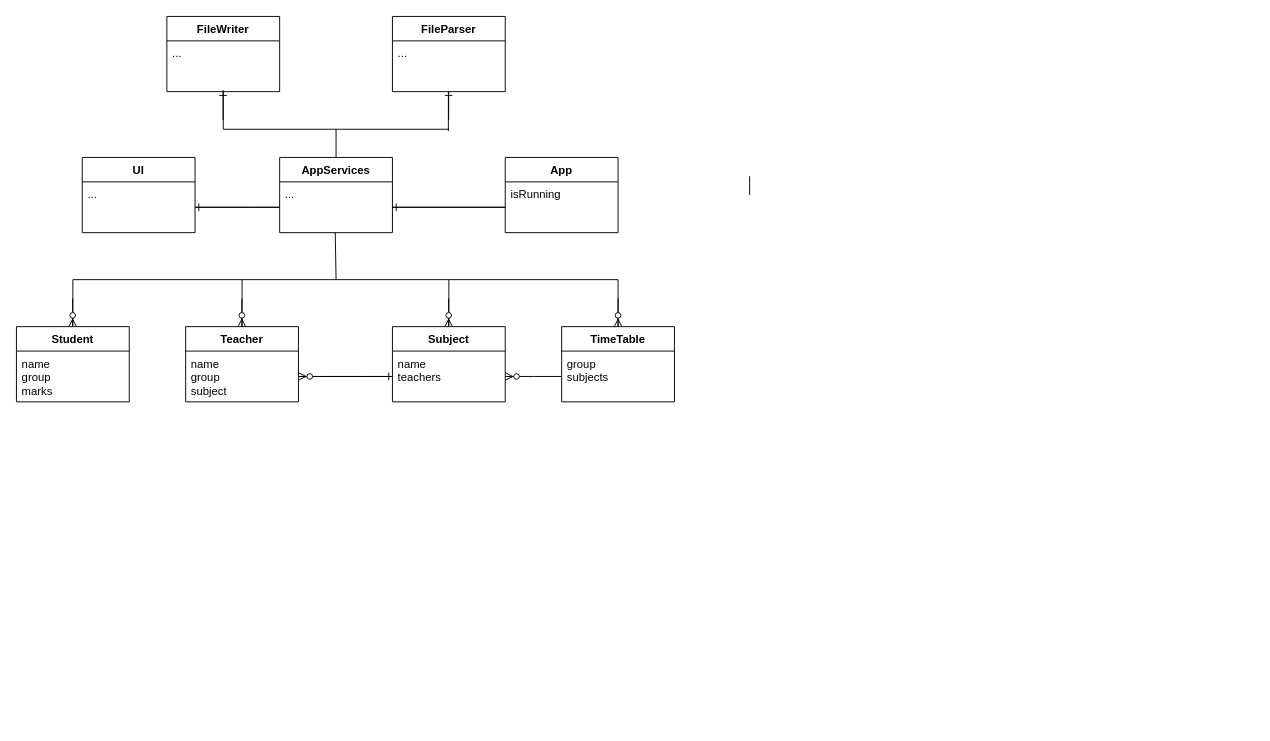
LebGes-classes/java-io-xJust-N keeps this draw.io diagram as page "иерархия" (1 of 5) of diagram/io.drawio. Above is the earlier version. Source tidied: cells renumbered, new cells numbered last; positions are measured from the earlier drawing's top-left corner, leaving out a move shared by most shapes. Both pictures are drawn from the tidied source at 94%, with x=0, y=0 at pixel (16, 16).
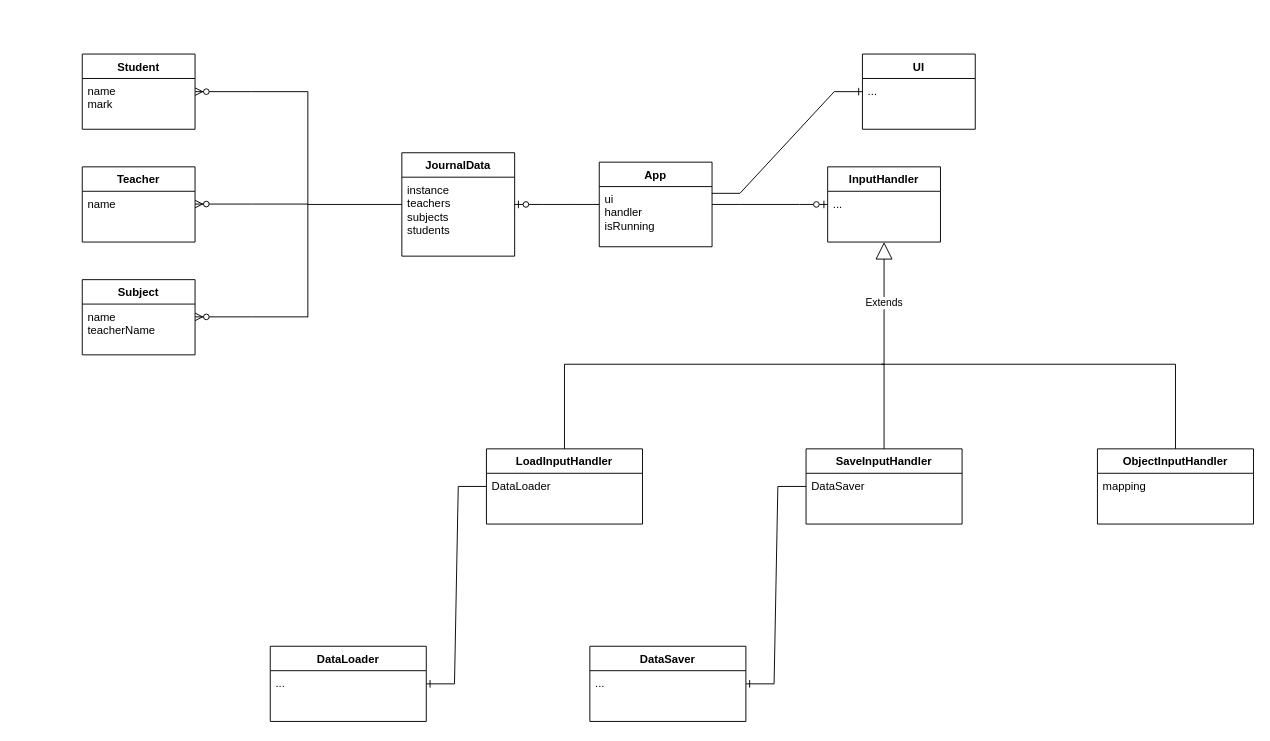
The same page after the edit.

The change refers to these unchanged cells:
```xml
<mxCell id="35" value="..." style="text;strokeColor=none;fillColor=none;align=left;verticalAlign=top;spacingLeft=4;spacingRight=4;overflow=hidden;points=[[0,0.5],[1,0.5]];portConstraint=eastwest;whiteSpace=wrap;html=1;" parent="34" vertex="1">
  <mxGeometry y="26" width="120" height="54" as="geometry" />
</mxCell>
```

What changed in the source:
```diff
@@
     <mxCell id="2" value="Student" style="swimlane;fontStyle=1;align=center;verticalAlign=top;horizontal=1;startSize=26;whiteSpace=wrap;html=1;" parent="1" vertex="1">
-      <mxGeometry y="330" width="120" height="80" as="geometry" />
+      <mxGeometry x="70" y="40" width="120" height="80" as="geometry" />
     </mxCell>
-    <mxCell id="3" value="&lt;div&gt;name&lt;/div&gt;&lt;div&gt;group&lt;/div&gt;&lt;div&gt;marks&lt;/div&gt;" style="text;strokeColor=none;fillColor=none;align=left;verticalAlign=top;spacingLeft=4;spacingRight=4;overflow=hidden;whiteSpace=wrap;html=1;" parent="2" vertex="1">
+    <mxCell id="3" value="&lt;div&gt;name&lt;/div&gt;&lt;div&gt;mark&lt;/div&gt;" style="text;strokeColor=none;fillColor=none;align=left;verticalAlign=top;spacingLeft=4;spacingRight=4;overflow=hidden;whiteSpace=wrap;html=1;" parent="2" vertex="1">
       <mxGeometry y="26" width="120" height="54" as="geometry" />
     </mxCell>
     <mxCell id="4" value="Teacher" style="swimlane;fontStyle=1;align=center;verticalAlign=top;horizontal=1;startSize=26;whiteSpace=wrap;html=1;" parent="1" vertex="1">
-      <mxGeometry x="180" y="330" width="120" height="80" as="geometry" />
+      <mxGeometry x="70" y="160" width="120" height="80" as="geometry" />
     </mxCell>
-    <mxCell id="5" value="&lt;div&gt;name&lt;/div&gt;&lt;div&gt;group&lt;/div&gt;&lt;div&gt;subject&lt;/div&gt;" style="text;strokeColor=none;fillColor=none;align=left;verticalAlign=top;spacingLeft=4;spacingRight=4;overflow=hidden;points=[[0,0.5],[1,0.5]];portConstraint=eastwest;whiteSpace=wrap;html=1;" parent="4" vertex="1">
+    <mxCell id="5" value="&lt;div&gt;name&lt;/div&gt;" style="text;strokeColor=none;fillColor=none;align=left;verticalAlign=top;spacingLeft=4;spacingRight=4;overflow=hidden;points=[[0,0.5],[1,0.5]];portConstraint=eastwest;whiteSpace=wrap;html=1;" parent="4" vertex="1">
       <mxGeometry y="26" width="120" height="54" as="geometry" />
     </mxCell>
     <mxCell id="6" value="Subject" style="swimlane;fontStyle=1;align=center;verticalAlign=top;horizontal=1;startSize=26;whiteSpace=wrap;html=1;" parent="1" vertex="1">
-      <mxGeometry x="400" y="330" width="120" height="80" as="geometry" />
+      <mxGeometry x="70" y="280" width="120" height="80" as="geometry" />
     </mxCell>
-    <mxCell id="7" value="name&lt;div&gt;teachers&lt;/div&gt;" style="text;strokeColor=none;fillColor=none;align=left;verticalAlign=top;spacingLeft=4;spacingRight=4;overflow=hidden;points=[[0,0.5],[1,0.5]];portConstraint=eastwest;whiteSpace=wrap;html=1;" parent="6" vertex="1">
+    <mxCell id="7" value="name&lt;div&gt;teacherName&lt;/div&gt;" style="text;strokeColor=none;fillColor=none;align=left;verticalAlign=top;spacingLeft=4;spacingRight=4;overflow=hidden;points=[[0,0.5],[1,0.5]];portConstraint=eastwest;whiteSpace=wrap;html=1;" parent="6" vertex="1">
       <mxGeometry y="26" width="120" height="54" as="geometry" />
     </mxCell>
-    <mxCell id="8" value="FileParser" style="swimlane;fontStyle=1;align=center;verticalAlign=top;horizontal=1;startSize=26;whiteSpace=wrap;html=1;" parent="1" vertex="1">
-      <mxGeometry x="400" width="120" height="80" as="geometry" />
-    </mxCell>
-    <mxCell id="9" value="..." style="text;strokeColor=none;fillColor=none;align=left;verticalAlign=top;spacingLeft=4;spacingRight=4;overflow=hidden;whiteSpace=wrap;html=1;" parent="8" vertex="1">
-      <mxGeometry y="26" width="120" height="54" as="geometry" />
-    </mxCell>
-    <mxCell id="10" value="AppServices" style="swimlane;fontStyle=1;align=center;verticalAlign=top;horizontal=1;startSize=26;whiteSpace=wrap;html=1;" parent="1" vertex="1">
-      <mxGeometry x="280" y="150" width="120" height="80" as="geometry" />
-    </mxCell>
-    <mxCell id="11" value="&lt;div&gt;...&lt;/div&gt;" style="text;strokeColor=none;fillColor=none;align=left;verticalAlign=top;spacingLeft=4;spacingRight=4;overflow=hidden;points=[[0,0.5],[1,0.5]];portConstraint=eastwest;whiteSpace=wrap;html=1;" parent="10" vertex="1">
-      <mxGeometry y="26" width="120" height="54" as="geometry" />
-    </mxCell>
-    <mxCell id="12" value="App" style="swimlane;fontStyle=1;align=center;verticalAlign=top;horizontal=1;startSize=26;whiteSpace=wrap;html=1;" parent="1" vertex="1">
-      <mxGeometry x="520" y="150" width="120" height="80" as="geometry" />
-    </mxCell>
-    <mxCell id="13" value="isRunning" style="text;strokeColor=none;fillColor=none;align=left;verticalAlign=top;spacingLeft=4;spacingRight=4;overflow=hidden;points=[[0,0.5],[1,0.5]];portConstraint=eastwest;whiteSpace=wrap;html=1;" parent="12" vertex="1">
-      <mxGeometry y="26" width="120" height="54" as="geometry" />
-    </mxCell>
-    <mxCell id="14" style="endArrow=none;html=1;rounded=0;exitX=0;exitY=0.5;exitDx=0;exitDy=0;entryX=1;entryY=0.5;entryDx=0;entryDy=0;" parent="1" edge="1" source="13" target="11">
-      <mxGeometry relative="1" as="geometry" />
-    </mxCell>
-    <mxCell id="15" style="edgeStyle=entityRelationEdgeStyle;fontSize=12;html=1;endArrow=ERone;endFill=1;rounded=0;entryX=0;entryY=0.5;entryDx=0;entryDy=0;exitX=1;exitY=0.5;exitDx=0;exitDy=0;" parent="1" edge="1" source="5" target="7">
-      <mxGeometry relative="1" as="geometry">
-        <Array as="points">
-          <mxPoint x="360" y="360" />
-        </Array>
-      </mxGeometry>
-    </mxCell>
-    <mxCell id="16" value="TimeTable" style="swimlane;fontStyle=1;align=center;verticalAlign=top;horizontal=1;startSize=26;whiteSpace=wrap;html=1;" parent="1" vertex="1">
-      <mxGeometry x="580" y="330" width="120" height="80" as="geometry" />
-    </mxCell>
-    <mxCell id="17" value="&lt;div&gt;group&lt;/div&gt;&lt;div&gt;subjects&lt;/div&gt;" style="text;strokeColor=none;fillColor=none;align=left;verticalAlign=top;spacingLeft=4;spacingRight=4;overflow=hidden;points=[[0,0.5],[1,0.5]];portConstraint=eastwest;whiteSpace=wrap;html=1;" parent="16" vertex="1">
-      <mxGeometry y="26" width="120" height="54" as="geometry" />
-    </mxCell>
-    <mxCell id="18" style="edgeStyle=entityRelationEdgeStyle;fontSize=12;html=1;endArrow=ERzeroToMany;endFill=1;rounded=0;entryX=1;entryY=0.5;entryDx=0;entryDy=0;exitX=0;exitY=0.5;exitDx=0;exitDy=0;" parent="1" edge="1" source="17" target="7">
-      <mxGeometry relative="1" as="geometry" />
-    </mxCell>
-    <mxCell id="19" style="endArrow=none;html=1;rounded=0;entryX=0.493;entryY=1.001;entryDx=0;entryDy=0;entryPerimeter=0;" parent="1" edge="1" target="11">
-      <mxGeometry relative="1" as="geometry">
-        <mxPoint x="340" y="280" as="sourcePoint" />
-      </mxGeometry>
-    </mxCell>
-    <mxCell id="20" style="endArrow=none;html=1;rounded=0;exitX=0.5;exitY=0;exitDx=0;exitDy=0;" parent="1" edge="1">
-      <mxGeometry relative="1" as="geometry">
-        <mxPoint x="60" y="330" as="sourcePoint" />
-        <mxPoint x="60" y="280" as="targetPoint" />
-      </mxGeometry>
-    </mxCell>
-    <mxCell id="21" style="endArrow=none;html=1;rounded=0;exitX=0.5;exitY=0;exitDx=0;exitDy=0;" parent="1" edge="1" source="6">
-      <mxGeometry relative="1" as="geometry">
-        <mxPoint x="460" y="280" as="targetPoint" />
-      </mxGeometry>
-    </mxCell>
-    <mxCell id="22" style="endArrow=none;html=1;rounded=0;exitX=0.5;exitY=0;exitDx=0;exitDy=0;" parent="1" edge="1" source="16">
-      <mxGeometry relative="1" as="geometry">
-        <mxPoint x="640" y="280" as="targetPoint" />
-      </mxGeometry>
-    </mxCell>
-    <mxCell id="23" value="FileWriter" style="swimlane;fontStyle=1;align=center;verticalAlign=top;horizontal=1;startSize=26;whiteSpace=wrap;html=1;" parent="1" vertex="1">
-      <mxGeometry x="160" width="120" height="80" as="geometry" />
-    </mxCell>
-    <mxCell id="24" value="..." style="text;strokeColor=none;fillColor=none;align=left;verticalAlign=top;spacingLeft=4;spacingRight=4;overflow=hidden;points=[[0,0.5],[1,0.5]];portConstraint=eastwest;whiteSpace=wrap;html=1;" parent="23" vertex="1">
-      <mxGeometry y="26" width="120" height="54" as="geometry" />
-    </mxCell>
-    <mxCell id="25" style="endArrow=none;html=1;rounded=0;entryX=0.5;entryY=0.972;entryDx=0;entryDy=0;entryPerimeter=0;" parent="1" edge="1" target="24">
-      <mxGeometry relative="1" as="geometry">
-        <mxPoint x="220" y="120" as="sourcePoint" />
-      </mxGeometry>
-    </mxCell>
-    <mxCell id="26" style="endArrow=none;html=1;rounded=0;entryX=0.5;entryY=0.972;entryDx=0;entryDy=0;entryPerimeter=0;" parent="1" edge="1">
-      <mxGeometry relative="1" as="geometry">
-        <mxPoint x="459.5" y="122" as="sourcePoint" />
-        <mxPoint x="459.5" y="80" as="targetPoint" />
-      </mxGeometry>
-    </mxCell>
-    <mxCell id="27" style="endArrow=none;html=1;rounded=0;" parent="1" edge="1">
-      <mxGeometry relative="1" as="geometry">
-        <mxPoint x="460" y="120" as="sourcePoint" />
-        <mxPoint x="220" y="120" as="targetPoint" />
-      </mxGeometry>
-    </mxCell>
-    <mxCell id="28" style="endArrow=none;html=1;rounded=0;entryX=0.5;entryY=0;entryDx=0;entryDy=0;" parent="1" edge="1" target="10">
-      <mxGeometry relative="1" as="geometry">
-        <mxPoint x="340" y="120" as="sourcePoint" />
-      </mxGeometry>
-    </mxCell>
-    <mxCell id="29" style="endArrow=none;html=1;rounded=0;" parent="1" edge="1">
-      <mxGeometry relative="1" as="geometry">
-        <mxPoint x="640" y="280" as="sourcePoint" />
-        <mxPoint x="60" y="280" as="targetPoint" />
-      </mxGeometry>
-    </mxCell>
-    <mxCell id="30" style="endArrow=none;html=1;rounded=0;entryX=0.5;entryY=0;entryDx=0;entryDy=0;" parent="1" edge="1" target="4">
-      <mxGeometry relative="1" as="geometry">
-        <mxPoint x="240" y="280" as="sourcePoint" />
-      </mxGeometry>
-    </mxCell>
-    <mxCell id="31" style="endArrow=none;html=1;rounded=0;" parent="1" edge="1">
-      <mxGeometry relative="1" as="geometry">
-        <mxPoint x="780" y="190" as="sourcePoint" />
-        <mxPoint x="780" y="170" as="targetPoint" />
-      </mxGeometry>
-    </mxCell>
-    <mxCell id="32" style="edgeStyle=entityRelationEdgeStyle;fontSize=12;html=1;endArrow=ERone;endFill=1;rounded=0;entryX=1;entryY=0.5;entryDx=0;entryDy=0;exitX=0;exitY=0.5;exitDx=0;exitDy=0;" parent="1" edge="1" source="13" target="11">
-      <mxGeometry relative="1" as="geometry" />
-    </mxCell>
-    <mxCell id="33" style="edgeStyle=entityRelationEdgeStyle;fontSize=12;html=1;endArrow=ERzeroToMany;endFill=1;rounded=0;entryX=1;entryY=0.5;entryDx=0;entryDy=0;exitX=0;exitY=0.5;exitDx=0;exitDy=0;" parent="1" edge="1" source="7" target="5">
-      <mxGeometry relative="1" as="geometry" />
-    </mxCell>
     <mxCell id="34" value="UI" style="swimlane;fontStyle=1;align=center;verticalAlign=top;horizontal=1;startSize=26;whiteSpace=wrap;html=1;" parent="1" vertex="1">
-      <mxGeometry x="70" y="150" width="120" height="80" as="geometry" />
+      <mxGeometry x="900" y="40" width="120" height="80" as="geometry" />
     </mxCell>
@@
-    <mxCell id="36" style="endArrow=none;html=1;rounded=0;exitX=1;exitY=0.5;exitDx=0;exitDy=0;entryX=0;entryY=0.5;entryDx=0;entryDy=0;" parent="1" edge="1" source="35" target="11">
-      <mxGeometry relative="1" as="geometry" />
-    </mxCell>
-    <mxCell id="37" style="edgeStyle=entityRelationEdgeStyle;fontSize=12;html=1;endArrow=ERone;endFill=1;rounded=0;entryX=1;entryY=0.5;entryDx=0;entryDy=0;exitX=0;exitY=0.5;exitDx=0;exitDy=0;" parent="1" edge="1" source="11" target="35">
-      <mxGeometry relative="1" as="geometry" />
-    </mxCell>
-    <mxCell id="38" style="edgeStyle=orthogonalEdgeStyle;fontSize=12;html=1;endArrow=ERzeroToMany;endFill=1;rounded=0;elbow=vertical;" parent="1" edge="1">
-      <mxGeometry relative="1" as="geometry">
-        <mxPoint x="239.8" y="300" as="sourcePoint" />
-        <mxPoint x="239.8" y="330" as="targetPoint" />
-      </mxGeometry>
-    </mxCell>
-    <mxCell id="39" style="edgeStyle=orthogonalEdgeStyle;fontSize=12;html=1;endArrow=ERzeroToMany;endFill=1;rounded=0;elbow=vertical;" parent="1" edge="1">
-      <mxGeometry relative="1" as="geometry">
-        <mxPoint x="459.8" y="300" as="sourcePoint" />
-        <mxPoint x="459.8" y="330" as="targetPoint" />
-      </mxGeometry>
-    </mxCell>
-    <mxCell id="40" style="edgeStyle=orthogonalEdgeStyle;fontSize=12;html=1;endArrow=ERzeroToMany;endFill=1;rounded=0;elbow=vertical;" parent="1" edge="1">
-      <mxGeometry relative="1" as="geometry">
-        <mxPoint x="640" y="300" as="sourcePoint" />
-        <mxPoint x="640" y="330" as="targetPoint" />
-      </mxGeometry>
-    </mxCell>
-    <mxCell id="41" style="edgeStyle=orthogonalEdgeStyle;fontSize=12;html=1;endArrow=ERzeroToMany;endFill=1;rounded=0;elbow=vertical;" parent="1" edge="1">
-      <mxGeometry relative="1" as="geometry">
-        <mxPoint x="59.8" y="300" as="sourcePoint" />
-        <mxPoint x="59.8" y="330" as="targetPoint" />
-      </mxGeometry>
-    </mxCell>
-    <mxCell id="42" style="edgeStyle=elbowEdgeStyle;fontSize=12;html=1;endArrow=ERone;endFill=1;rounded=0;elbow=vertical;" parent="1" edge="1">
-      <mxGeometry relative="1" as="geometry">
-        <mxPoint x="219.8" y="110" as="sourcePoint" />
-        <mxPoint x="219.8" y="80" as="targetPoint" />
-      </mxGeometry>
-    </mxCell>
-    <mxCell id="43" style="edgeStyle=elbowEdgeStyle;fontSize=12;html=1;endArrow=ERone;endFill=1;rounded=0;elbow=vertical;" parent="1" edge="1">
-      <mxGeometry relative="1" as="geometry">
-        <mxPoint x="459.8" y="110" as="sourcePoint" />
-        <mxPoint x="459.8" y="80" as="targetPoint" />
-      </mxGeometry>
-    </mxCell>
+    <mxCell id="44" value="JournalData" style="swimlane;fontStyle=1;align=center;verticalAlign=top;horizontal=1;startSize=26;whiteSpace=wrap;html=1;" parent="1" vertex="1">
+      <mxGeometry x="410" y="145" width="120" height="110" as="geometry" />
+    </mxCell>
+    <mxCell id="45" value="&lt;div&gt;instance&lt;/div&gt;teachers&lt;div&gt;subjects&lt;/div&gt;&lt;div&gt;students&lt;/div&gt;" style="text;strokeColor=none;fillColor=none;align=left;verticalAlign=top;spacingLeft=4;spacingRight=4;overflow=hidden;whiteSpace=wrap;html=1;" parent="44" vertex="1">
+      <mxGeometry y="26" width="120" height="84" as="geometry" />
+    </mxCell>
+    <mxCell id="46" style="edgeStyle=elbowEdgeStyle;fontSize=12;html=1;endArrow=ERzeroToMany;endFill=1;rounded=0;" parent="1" edge="1" target="2">
+      <mxGeometry relative="1" as="geometry">
+        <mxPoint x="310" y="80" as="sourcePoint" />
+      </mxGeometry>
+    </mxCell>
+    <mxCell id="47" style="edgeStyle=elbowEdgeStyle;fontSize=12;html=1;endArrow=ERzeroToMany;endFill=1;rounded=0;" parent="1" edge="1">
+      <mxGeometry relative="1" as="geometry">
+        <mxPoint x="310" y="199.6" as="sourcePoint" />
+        <mxPoint x="190" y="199.6" as="targetPoint" />
+      </mxGeometry>
+    </mxCell>
+    <mxCell id="48" style="edgeStyle=elbowEdgeStyle;fontSize=12;html=1;endArrow=ERzeroToMany;endFill=1;rounded=0;" parent="1" edge="1">
+      <mxGeometry relative="1" as="geometry">
+        <mxPoint x="310" y="319.6" as="sourcePoint" />
+        <mxPoint x="190" y="319.6" as="targetPoint" />
+      </mxGeometry>
+    </mxCell>
+    <mxCell id="49" style="endArrow=none;html=1;rounded=0;" parent="1" edge="1">
+      <mxGeometry relative="1" as="geometry">
+        <mxPoint x="310" y="320" as="sourcePoint" />
+        <mxPoint x="310" y="80" as="targetPoint" />
+      </mxGeometry>
+    </mxCell>
+    <mxCell id="50" style="endArrow=none;html=1;rounded=0;" parent="1" edge="1" target="44">
+      <mxGeometry relative="1" as="geometry">
+        <mxPoint x="310" y="200" as="sourcePoint" />
+      </mxGeometry>
+    </mxCell>
+    <mxCell id="12" value="App" style="swimlane;fontStyle=1;align=center;verticalAlign=top;horizontal=1;startSize=26;whiteSpace=wrap;html=1;" parent="1" vertex="1">
+      <mxGeometry x="620" y="155" width="120" height="90" as="geometry" />
+    </mxCell>
+    <mxCell id="51" value="ui&lt;div&gt;handler&lt;br&gt;&lt;div&gt;&lt;div&gt;isRunning&lt;/div&gt;&lt;/div&gt;&lt;/div&gt;" style="text;strokeColor=none;fillColor=none;align=left;verticalAlign=top;spacingLeft=4;spacingRight=4;overflow=hidden;points=[[0,0.5],[1,0.5]];portConstraint=eastwest;whiteSpace=wrap;html=1;" parent="12" vertex="1">
+      <mxGeometry y="26" width="120" height="64" as="geometry" />
+    </mxCell>
+    <mxCell id="52" value="InputHandler" style="swimlane;fontStyle=1;align=center;verticalAlign=top;horizontal=1;startSize=26;whiteSpace=wrap;html=1;" parent="1" vertex="1">
+      <mxGeometry x="863" y="160" width="120" height="80" as="geometry" />
+    </mxCell>
+    <mxCell id="53" value="..." style="text;strokeColor=none;fillColor=none;align=left;verticalAlign=top;spacingLeft=4;spacingRight=4;overflow=hidden;whiteSpace=wrap;html=1;" parent="52" vertex="1">
+      <mxGeometry y="26" width="120" height="54" as="geometry" />
+    </mxCell>
+    <mxCell id="54" style="edgeStyle=entityRelationEdgeStyle;fontSize=12;html=1;endArrow=ERzeroToOne;endFill=1;rounded=0;" parent="1" edge="1" source="12" target="44">
+      <mxGeometry relative="1" as="geometry" />
+    </mxCell>
+    <mxCell id="55" style="edgeStyle=entityRelationEdgeStyle;fontSize=12;html=1;endArrow=ERzeroToOne;endFill=1;rounded=0;" parent="1" edge="1" source="12" target="52">
+      <mxGeometry relative="1" as="geometry" />
+    </mxCell>
+    <mxCell id="56" value="ObjectInputHandler" style="swimlane;fontStyle=1;align=center;verticalAlign=top;horizontal=1;startSize=26;whiteSpace=wrap;html=1;" parent="1" vertex="1">
+      <mxGeometry x="1150" y="460" width="166" height="80" as="geometry" />
+    </mxCell>
+    <mxCell id="57" value="mapping" style="text;strokeColor=none;fillColor=none;align=left;verticalAlign=top;spacingLeft=4;spacingRight=4;overflow=hidden;whiteSpace=wrap;html=1;" parent="56" vertex="1">
+      <mxGeometry y="26" width="166" height="54" as="geometry" />
+    </mxCell>
+    <mxCell id="58" value="SaveInputHandler" style="swimlane;fontStyle=1;align=center;verticalAlign=top;horizontal=1;startSize=26;whiteSpace=wrap;html=1;" parent="1" vertex="1">
+      <mxGeometry x="840" y="460" width="166" height="80" as="geometry" />
+    </mxCell>
+    <mxCell id="59" value="DataSaver" style="text;strokeColor=none;fillColor=none;align=left;verticalAlign=top;spacingLeft=4;spacingRight=4;overflow=hidden;whiteSpace=wrap;html=1;" parent="58" vertex="1">
+      <mxGeometry y="26" width="166" height="54" as="geometry" />
+    </mxCell>
+    <mxCell id="60" value="LoadInputHandler" style="swimlane;fontStyle=1;align=center;verticalAlign=top;horizontal=1;startSize=26;whiteSpace=wrap;html=1;" parent="1" vertex="1">
+      <mxGeometry x="500" y="460" width="166" height="80" as="geometry" />
+    </mxCell>
+    <mxCell id="61" value="DataLoader" style="text;strokeColor=none;fillColor=none;align=left;verticalAlign=top;spacingLeft=4;spacingRight=4;overflow=hidden;whiteSpace=wrap;html=1;" parent="60" vertex="1">
+      <mxGeometry y="26" width="166" height="54" as="geometry" />
+    </mxCell>
+    <mxCell id="62" value="DataLoader" style="swimlane;fontStyle=1;align=center;verticalAlign=top;horizontal=1;startSize=26;whiteSpace=wrap;html=1;" parent="1" vertex="1">
+      <mxGeometry x="270" y="670" width="166" height="80" as="geometry" />
+    </mxCell>
+    <mxCell id="63" value="..." style="text;strokeColor=none;fillColor=none;align=left;verticalAlign=top;spacingLeft=4;spacingRight=4;overflow=hidden;whiteSpace=wrap;html=1;" parent="62" vertex="1">
+      <mxGeometry y="26" width="166" height="54" as="geometry" />
+    </mxCell>
+    <mxCell id="64" value="DataSaver" style="swimlane;fontStyle=1;align=center;verticalAlign=top;horizontal=1;startSize=26;whiteSpace=wrap;html=1;" parent="1" vertex="1">
+      <mxGeometry x="610" y="670" width="166" height="80" as="geometry" />
+    </mxCell>
+    <mxCell id="65" value="..." style="text;strokeColor=none;fillColor=none;align=left;verticalAlign=top;spacingLeft=4;spacingRight=4;overflow=hidden;whiteSpace=wrap;html=1;" parent="64" vertex="1">
+      <mxGeometry y="26" width="166" height="54" as="geometry" />
+    </mxCell>
+    <mxCell id="66" style="edgeStyle=entityRelationEdgeStyle;fontSize=12;html=1;endArrow=ERone;endFill=1;rounded=0;" parent="1" edge="1" source="60" target="62">
+      <mxGeometry relative="1" as="geometry" />
+    </mxCell>
+    <mxCell id="67" style="edgeStyle=entityRelationEdgeStyle;fontSize=12;html=1;endArrow=ERone;endFill=1;rounded=0;" parent="1" edge="1" source="58" target="64">
+      <mxGeometry relative="1" as="geometry" />
+    </mxCell>
+    <mxCell id="68" style="endArrow=none;html=1;rounded=0;exitX=0.5;exitY=0;exitDx=0;exitDy=0;entryX=0.5;entryY=0;entryDx=0;entryDy=0;" parent="1" edge="1" source="60" target="58">
+      <mxGeometry relative="1" as="geometry">
+        <Array as="points">
+          <mxPoint x="583" y="370" />
+          <mxPoint x="923" y="370" />
+        </Array>
+      </mxGeometry>
+    </mxCell>
+    <mxCell id="69" value="Extends" style="endArrow=block;endSize=16;endFill=0;html=1;rounded=0;" parent="1" edge="1" target="52">
+      <mxGeometry relative="1" as="geometry">
+        <mxPoint x="923" y="370" as="sourcePoint" />
+      </mxGeometry>
+    </mxCell>
+    <mxCell id="70" style="endArrow=none;html=1;rounded=0;exitX=0.5;exitY=0;exitDx=0;exitDy=0;" parent="1" edge="1" source="56">
+      <mxGeometry relative="1" as="geometry">
+        <mxPoint x="920" y="370" as="targetPoint" />
+        <Array as="points">
+          <mxPoint x="1233" y="370" />
+        </Array>
+      </mxGeometry>
+    </mxCell>
+    <mxCell id="71" style="edgeStyle=entityRelationEdgeStyle;fontSize=12;html=1;endArrow=ERone;endFill=1;rounded=0;exitX=0.997;exitY=0.112;exitDx=0;exitDy=0;exitPerimeter=0;" parent="1" edge="1" source="51" target="34">
+      <mxGeometry relative="1" as="geometry" />
+    </mxCell>
```
